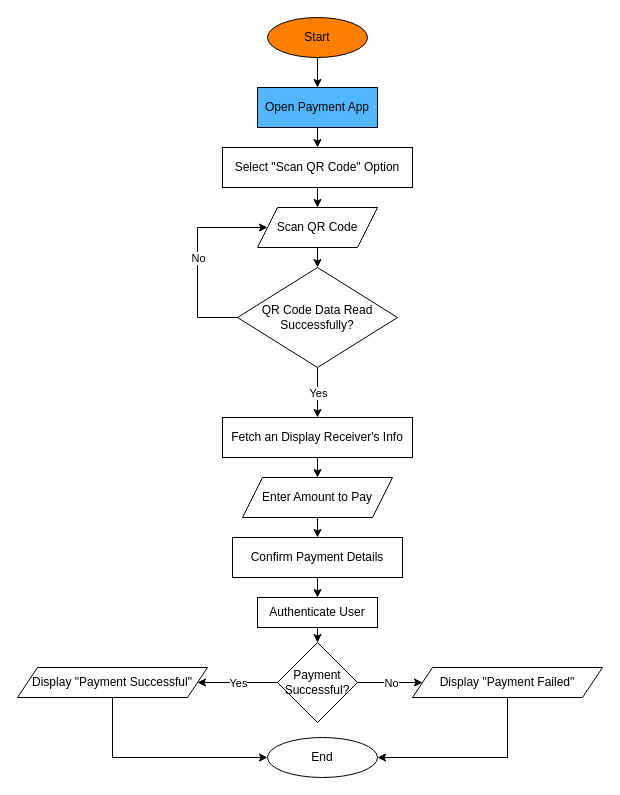
dikshyarai10/CHM keeps this draw.io diagram as Aarohi.drawio. Above is the earlier version. Source tidied: cells renumbered, new cells numbered last; positions are measured from the earlier drawing's top-left corner, leaving out a move shared by most shapes. Both pictures are drawn from the tidied source at 100%, with x=0, y=0 at pixel (17, 17).
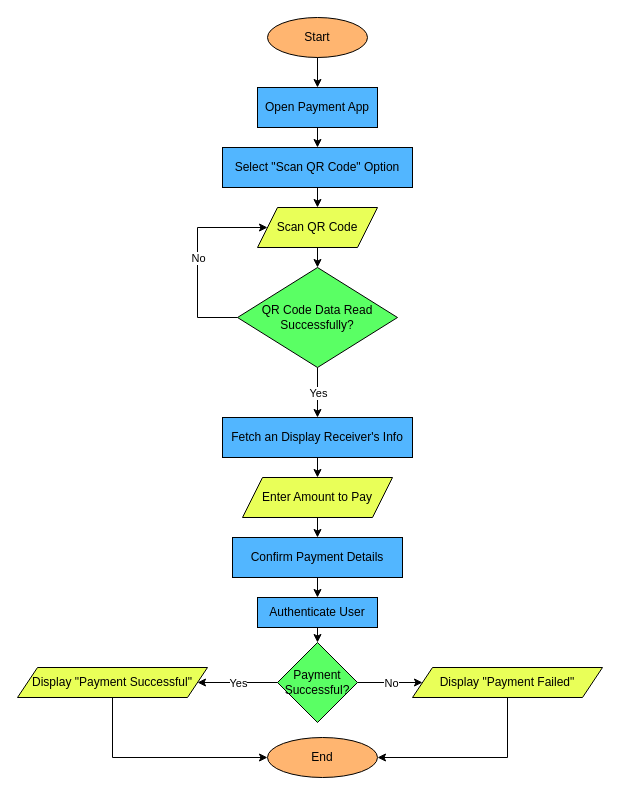
After the change.

Change to the diagram source:
```diff
@@
-    <mxCell id="2" value="Start" style="ellipse;whiteSpace=wrap;html=1;fillColor=#FF8000;strokeColor=default;" parent="1" vertex="1">
+    <mxCell id="2" value="Start" style="ellipse;whiteSpace=wrap;html=1;fillColor=#FFB570;strokeColor=default;" parent="1" vertex="1">
       <mxGeometry x="250" width="100" height="40" as="geometry" />
     </mxCell>
@@
-    <mxCell id="4" value="Select &quot;Scan QR Code&quot; Option" style="rounded=0;whiteSpace=wrap;html=1;" parent="1" vertex="1">
+    <mxCell id="4" value="Select &quot;Scan QR Code&quot; Option" style="rounded=0;whiteSpace=wrap;html=1;fillColor=#52B6FF;" parent="1" vertex="1">
       <mxGeometry x="205" y="130" width="190" height="40" as="geometry" />
     </mxCell>
-    <mxCell id="5" value="Scan QR Code" style="shape=parallelogram;perimeter=parallelogramPerimeter;whiteSpace=wrap;html=1;fixedSize=1;" parent="1" vertex="1">
+    <mxCell id="5" value="Scan QR Code" style="shape=parallelogram;perimeter=parallelogramPerimeter;whiteSpace=wrap;html=1;fixedSize=1;fillColor=#E9FF58;" parent="1" vertex="1">
       <mxGeometry x="240" y="190" width="120" height="40" as="geometry" />
     </mxCell>
-    <mxCell id="6" value="QR Code Data Read Successfully?" style="rhombus;whiteSpace=wrap;html=1;" parent="1" vertex="1">
+    <mxCell id="6" value="QR Code Data Read Successfully?" style="rhombus;whiteSpace=wrap;html=1;fillColor=#5AFF64;" parent="1" vertex="1">
       <mxGeometry x="220" y="250" width="160" height="100" as="geometry" />
     </mxCell>
-    <mxCell id="7" value="Fetch an Display Receiver's Info" style="rounded=0;whiteSpace=wrap;html=1;" parent="1" vertex="1">
+    <mxCell id="7" value="Fetch an Display Receiver's Info" style="rounded=0;whiteSpace=wrap;html=1;fillColor=#52B6FF;" parent="1" vertex="1">
       <mxGeometry x="205" y="400" width="190" height="40" as="geometry" />
     </mxCell>
-    <mxCell id="8" value="Enter Amount to Pay" style="shape=parallelogram;perimeter=parallelogramPerimeter;whiteSpace=wrap;html=1;fixedSize=1;" parent="1" vertex="1">
+    <mxCell id="8" value="Enter Amount to Pay" style="shape=parallelogram;perimeter=parallelogramPerimeter;whiteSpace=wrap;html=1;fixedSize=1;fillColor=#E9FF58;" parent="1" vertex="1">
       <mxGeometry x="225" y="460" width="150" height="40" as="geometry" />
     </mxCell>
-    <mxCell id="9" value="Confirm Payment Details" style="rounded=0;whiteSpace=wrap;html=1;" parent="1" vertex="1">
+    <mxCell id="9" value="Confirm Payment Details" style="rounded=0;whiteSpace=wrap;html=1;fillColor=#52B6FF;" parent="1" vertex="1">
       <mxGeometry x="215" y="520" width="170" height="40" as="geometry" />
     </mxCell>
-    <mxCell id="10" value="Authenticate User" style="rounded=0;whiteSpace=wrap;html=1;" parent="1" vertex="1">
+    <mxCell id="10" value="Authenticate User" style="rounded=0;whiteSpace=wrap;html=1;fillColor=#52B6FF;" parent="1" vertex="1">
       <mxGeometry x="240" y="580" width="120" height="30" as="geometry" />
     </mxCell>
-    <mxCell id="11" value="Payment Successful?" style="rhombus;whiteSpace=wrap;html=1;" parent="1" vertex="1">
+    <mxCell id="11" value="Payment Successful?" style="rhombus;whiteSpace=wrap;html=1;fillColor=#5AFF64;" parent="1" vertex="1">
       <mxGeometry x="260" y="625" width="80" height="80" as="geometry" />
     </mxCell>
-    <mxCell id="12" value="Display &quot;Payment Successful&quot;" style="shape=parallelogram;perimeter=parallelogramPerimeter;whiteSpace=wrap;html=1;fixedSize=1;" parent="1" vertex="1">
+    <mxCell id="12" value="Display &quot;Payment Successful&quot;" style="shape=parallelogram;perimeter=parallelogramPerimeter;whiteSpace=wrap;html=1;fixedSize=1;fillColor=#E9FF58;" parent="1" vertex="1">
       <mxGeometry y="650" width="190" height="30" as="geometry" />
     </mxCell>
-    <mxCell id="13" value="Display &quot;Payment Failed&quot;" style="shape=parallelogram;perimeter=parallelogramPerimeter;whiteSpace=wrap;html=1;fixedSize=1;" parent="1" vertex="1">
+    <mxCell id="13" value="Display &quot;Payment Failed&quot;" style="shape=parallelogram;perimeter=parallelogramPerimeter;whiteSpace=wrap;html=1;fixedSize=1;fillColor=#E9FF58;" parent="1" vertex="1">
       <mxGeometry x="395" y="650" width="190" height="30" as="geometry" />
     </mxCell>
-    <mxCell id="14" value="End" style="ellipse;whiteSpace=wrap;html=1;" parent="1" vertex="1">
+    <mxCell id="14" value="End" style="ellipse;whiteSpace=wrap;html=1;fillColor=#FFB570;" parent="1" vertex="1">
       <mxGeometry x="250" y="720" width="110" height="40" as="geometry" />
     </mxCell>
```
